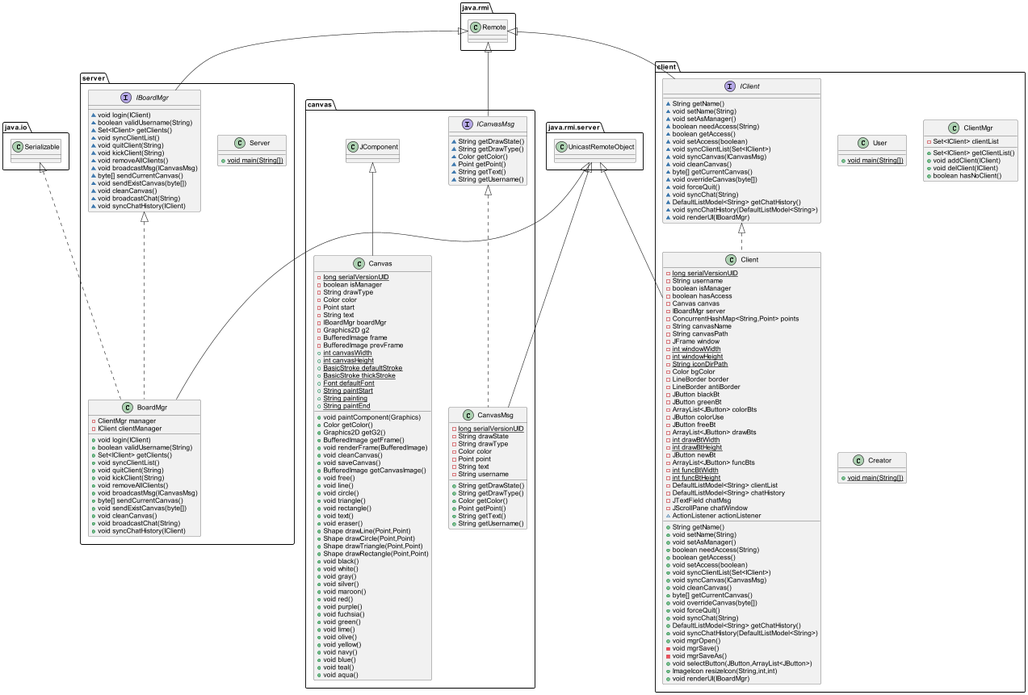
Earlier version of the PlantUML export resources/UML.png (LOOP115/Shared_White_Board).
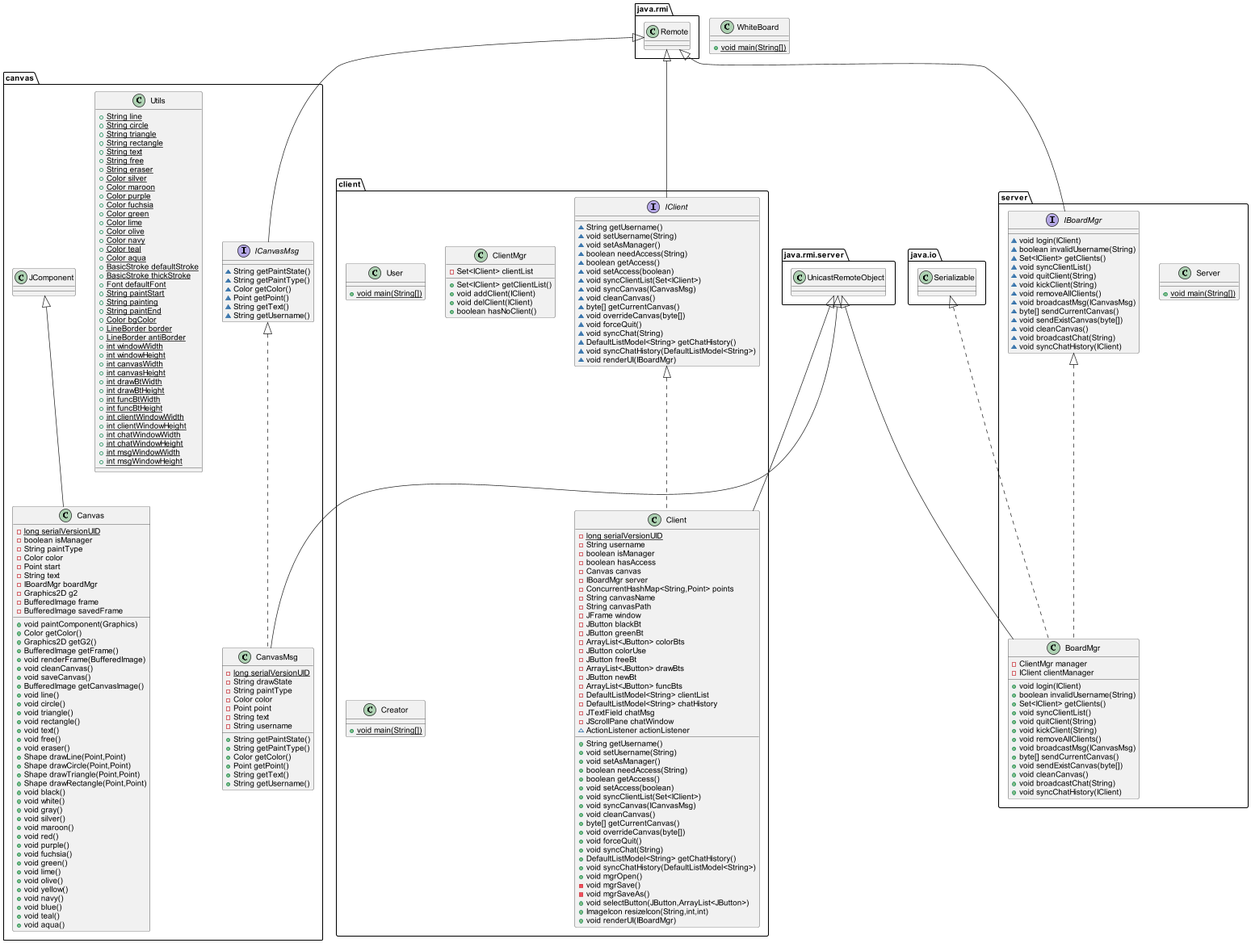
The same file after the commit.

Change to the diagram source:
```diff
@@ -1,43 +1,11 @@
 @startuml
-class server.BoardMgr {
-- ClientMgr manager
-- IClient clientManager
-+ void login(IClient)
-+ boolean validUsername(String)
-+ Set<IClient> getClients()
-+ void syncClientList()
-+ void quitClient(String)
-+ void kickClient(String)
-+ void removeAllClients()
-+ void broadcastMsg(ICanvasMsg)
-+ byte[] sendCurrentCanvas()
-+ void sendExistCanvas(byte[])
-+ void cleanCanvas()
-+ void broadcastChat(String)
-+ void syncChatHistory(IClient)
-}
 interface canvas.ICanvasMsg {
-~ String getDrawState()
-~ String getDrawType()
+~ String getPaintState()
+~ String getPaintType()
 ~ Color getColor()
 ~ Point getPoint()
 ~ String getText()
 ~ String getUsername()
-}
-class canvas.CanvasMsg {
-- {static} long serialVersionUID
-- String drawState
-- String drawType
-- Color color
-- Point point
-- String text
-- String username
-+ String getDrawState()
-+ String getDrawType()
-+ Color getColor()
-+ Point getPoint()
-+ String getText()
-+ String getUsername()
 }
 class client.User {
 + {static} void main(String[])
@@ -53,31 +21,21 @@
 - String canvasName
 - String canvasPath
 - JFrame window
-- {static} int windowWidth
-- {static} int windowHeight
-- {static} String iconDirPath
-- Color bgColor
-- LineBorder border
-- LineBorder antiBorder
 - JButton blackBt
 - JButton greenBt
 - ArrayList<JButton> colorBts
 - JButton colorUse
 - JButton freeBt
 - ArrayList<JButton> drawBts
-- {static} int drawBtWidth
-- {static} int drawBtHeight
 - JButton newBt
 - ArrayList<JButton> funcBts
-- {static} int funcBtWidth
-- {static} int funcBtHeight
 - DefaultListModel<String> clientList
 - DefaultListModel<String> chatHistory
 - JTextField chatMsg
 - JScrollPane chatWindow
 ~ ActionListener actionListener
-+ String getName()
-+ void setName(String)
++ String getUsername()
++ void setUsername(String)
 + void setAsManager()
 + boolean needAccess(String)
 + boolean getAccess()
@@ -98,30 +56,12 @@
 + ImageIcon resizeIcon(String,int,int)
 + void renderUI(IBoardMgr)
 }
-interface client.IClient {
-~ String getName()
-~ void setName(String)
-~ void setAsManager()
-~ boolean needAccess(String)
-~ boolean getAccess()
-~ void setAccess(boolean)
-~ void syncClientList(Set<IClient>)
-~ void syncCanvas(ICanvasMsg)
-~ void cleanCanvas()
-~ byte[] getCurrentCanvas()
-~ void overrideCanvas(byte[])
-~ void forceQuit()
-~ void syncChat(String)
-~ DefaultListModel<String> getChatHistory()
-~ void syncChatHistory(DefaultListModel<String>)
-~ void renderUI(IBoardMgr)
-}
 class server.Server {
 + {static} void main(String[])
 }
 interface server.IBoardMgr {
 ~ void login(IClient)
-~ boolean validUsername(String)
+~ boolean invalidUsername(String)
 ~ Set<IClient> getClients()
 ~ void syncClientList()
 ~ void quitClient(String)
@@ -141,25 +81,112 @@
 + void delClient(IClient)
 + boolean hasNoClient()
 }
+class WhiteBoard {
++ {static} void main(String[])
+}
+class server.BoardMgr {
+- ClientMgr manager
+- IClient clientManager
++ void login(IClient)
++ boolean invalidUsername(String)
++ Set<IClient> getClients()
++ void syncClientList()
++ void quitClient(String)
++ void kickClient(String)
++ void removeAllClients()
++ void broadcastMsg(ICanvasMsg)
++ byte[] sendCurrentCanvas()
++ void sendExistCanvas(byte[])
++ void cleanCanvas()
++ void broadcastChat(String)
++ void syncChatHistory(IClient)
+}
+class canvas.CanvasMsg {
+- {static} long serialVersionUID
+- String drawState
+- String paintType
+- Color color
+- Point point
+- String text
+- String username
++ String getPaintState()
++ String getPaintType()
++ Color getColor()
++ Point getPoint()
++ String getText()
++ String getUsername()
+}
+interface client.IClient {
+~ String getUsername()
+~ void setUsername(String)
+~ void setAsManager()
+~ boolean needAccess(String)
+~ boolean getAccess()
+~ void setAccess(boolean)
+~ void syncClientList(Set<IClient>)
+~ void syncCanvas(ICanvasMsg)
+~ void cleanCanvas()
+~ byte[] getCurrentCanvas()
+~ void overrideCanvas(byte[])
+~ void forceQuit()
+~ void syncChat(String)
+~ DefaultListModel<String> getChatHistory()
+~ void syncChatHistory(DefaultListModel<String>)
+~ void renderUI(IBoardMgr)
+}
+class canvas.Utils {
++ {static} String line
++ {static} String circle
++ {static} String triangle
++ {static} String rectangle
++ {static} String text
++ {static} String free
++ {static} String eraser
++ {static} Color silver
++ {static} Color maroon
++ {static} Color purple
++ {static} Color fuchsia
++ {static} Color green
++ {static} Color lime
++ {static} Color olive
++ {static} Color navy
++ {static} Color teal
++ {static} Color aqua
++ {static} BasicStroke defaultStroke
++ {static} BasicStroke thickStroke
++ {static} Font defaultFont
++ {static} String paintStart
++ {static} String painting
++ {static} String paintEnd
++ {static} Color bgColor
++ {static} LineBorder border
++ {static} LineBorder antiBorder
++ {static} int windowWidth
++ {static} int windowHeight
++ {static} int canvasWidth
++ {static} int canvasHeight
++ {static} int drawBtWidth
++ {static} int drawBtHeight
++ {static} int funcBtWidth
++ {static} int funcBtHeight
++ {static} int clientWindowWidth
++ {static} int clientWindowHeight
++ {static} int chatWindowWidth
++ {static} int chatWindowHeight
++ {static} int msgWindowWidth
++ {static} int msgWindowHeight
+}
 class canvas.Canvas {
 - {static} long serialVersionUID
 - boolean isManager
-- String drawType
+- String paintType
 - Color color
 - Point start
 - String text
 - IBoardMgr boardMgr
 - Graphics2D g2
 - BufferedImage frame
-- BufferedImage prevFrame
-+ {static} int canvasWidth
-+ {static} int canvasHeight
-+ {static} BasicStroke defaultStroke
-+ {static} BasicStroke thickStroke
-+ {static} Font defaultFont
-+ {static} String paintStart
-+ {static} String painting
-+ {static} String paintEnd
+- BufferedImage savedFrame
 + void paintComponent(Graphics)
 + Color getColor()
 + Graphics2D getG2()
@@ -168,12 +195,12 @@
 + void cleanCanvas()
 + void saveCanvas()
 + BufferedImage getCanvasImage()
-+ void free()
 + void line()
 + void circle()
 + void triangle()
 + void rectangle()
 + void text()
++ void free()
 + void eraser()
 + Shape drawLine(Point,Point)
 + Shape drawCircle(Point,Point)
@@ -201,15 +228,15 @@
 }
 
 
+java.rmi.Remote <|-- canvas.ICanvasMsg
+client.IClient <|.. client.Client
+java.rmi.server.UnicastRemoteObject <|-- client.Client
+java.rmi.Remote <|-- server.IBoardMgr
 server.IBoardMgr <|.. server.BoardMgr
 java.io.Serializable <|.. server.BoardMgr
 java.rmi.server.UnicastRemoteObject <|-- server.BoardMgr
-java.rmi.Remote <|-- canvas.ICanvasMsg
 canvas.ICanvasMsg <|.. canvas.CanvasMsg
 java.rmi.server.UnicastRemoteObject <|-- canvas.CanvasMsg
-client.IClient <|.. client.Client
-java.rmi.server.UnicastRemoteObject <|-- client.Client
 java.rmi.Remote <|-- client.IClient
-java.rmi.Remote <|-- server.IBoardMgr
 canvas.JComponent <|-- canvas.Canvas
 @enduml
```
